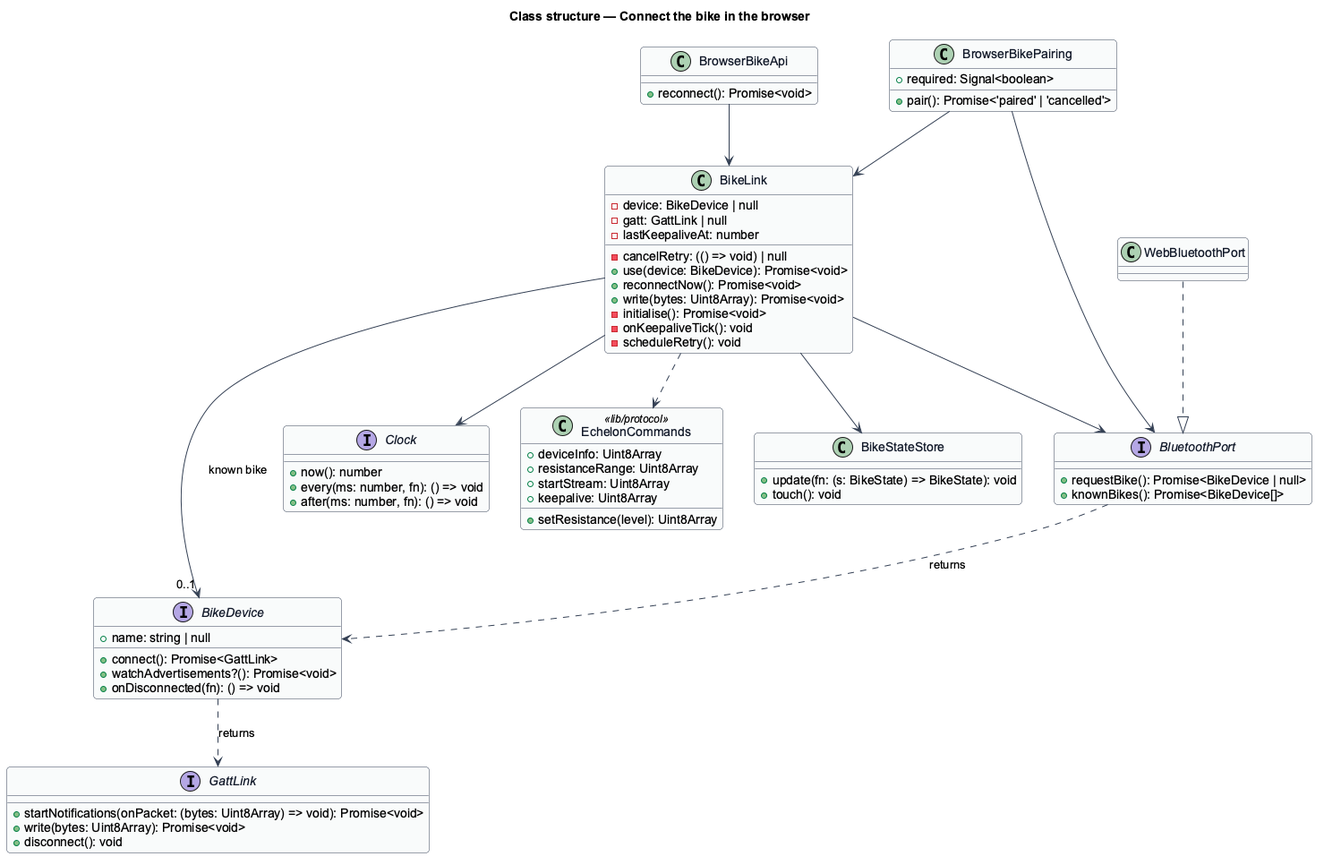
Before: docs/detailed-designs/browser-edition/connect-bike-in-browser/diagrams/class-structure.png, a diagram exported from PlantUML (QuinntyneBrown/ride-one).
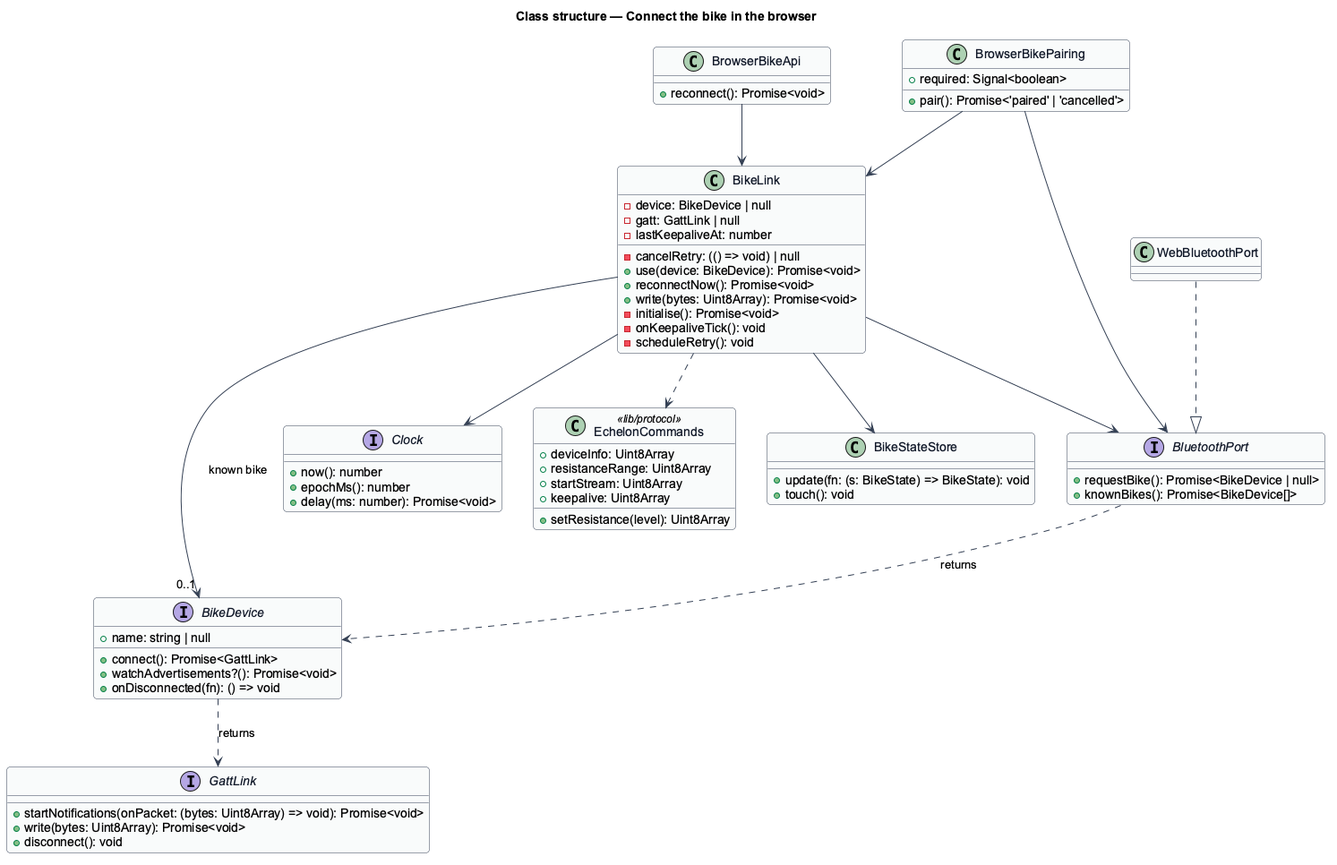
Later version of the same file.

Diff of the diagram source:
```diff
@@ -28,8 +28,8 @@
 }
 interface Clock {
   +now(): number
-  +every(ms: number, fn): () => void
-  +after(ms: number, fn): () => void
+  +epochMs(): number
+  +delay(ms: number): Promise<void>
 }
 class WebBluetoothPort
 class BikeLink {
```
